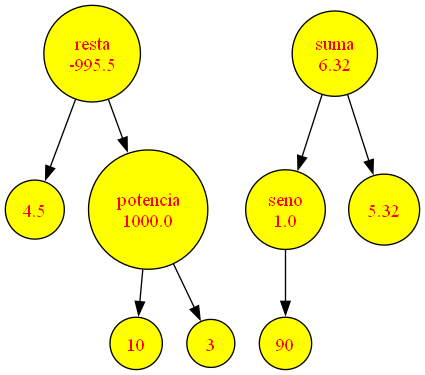
Before: GraficaArbol.png, a diagram exported from Graphviz (Javier-201906795/LFP_S2_2023_Proyecto1_201906795). Its source is kept beside it as GraficaArbol.dot. Source of this version:
```dot
digraph Grafica {
	node [fillcolor=yellow fontcolor=red shape=circle style=filled]
	x1 [label=4.5]
	x2 [label=10]
	x3 [label=3]
	x4 [label="potencia
1000.0"]
	x4 -> x3
	x4 -> x2
	x5 [label="resta
-995.5"]
	x5 -> x4
	x5 -> x1
	x6 [label="seno
1.0"]
	x7 [label=90]
	x6 -> x7
	x8 [label=5.32]
	x9 [label="suma
6.32"]
	x9 -> x8
	x9 -> x6
}
```
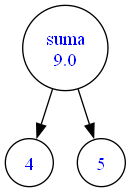
After the commit.

What changed in the source:
```diff
@@ -1,23 +1,9 @@
 digraph Grafica {
-	node [fillcolor=yellow fontcolor=red shape=circle style=filled]
-	x1 [label=4.5]
-	x2 [label=10]
-	x3 [label=3]
-	x4 [label="potencia
-1000.0"]
-	x4 -> x3
-	x4 -> x2
-	x5 [label="resta
--995.5"]
-	x5 -> x4
-	x5 -> x1
-	x6 [label="seno
-1.0"]
-	x7 [label=90]
-	x6 -> x7
-	x8 [label=5.32]
-	x9 [label="suma
-6.32"]
-	x9 -> x8
-	x9 -> x6
+	node [fillcolor=white fontcolor=blue shape=circle style=filled]
+	x1 [label=4]
+	x2 [label=5]
+	x3 [label="suma
+9.0"]
+	x3 -> x2
+	x3 -> x1
 }
```
